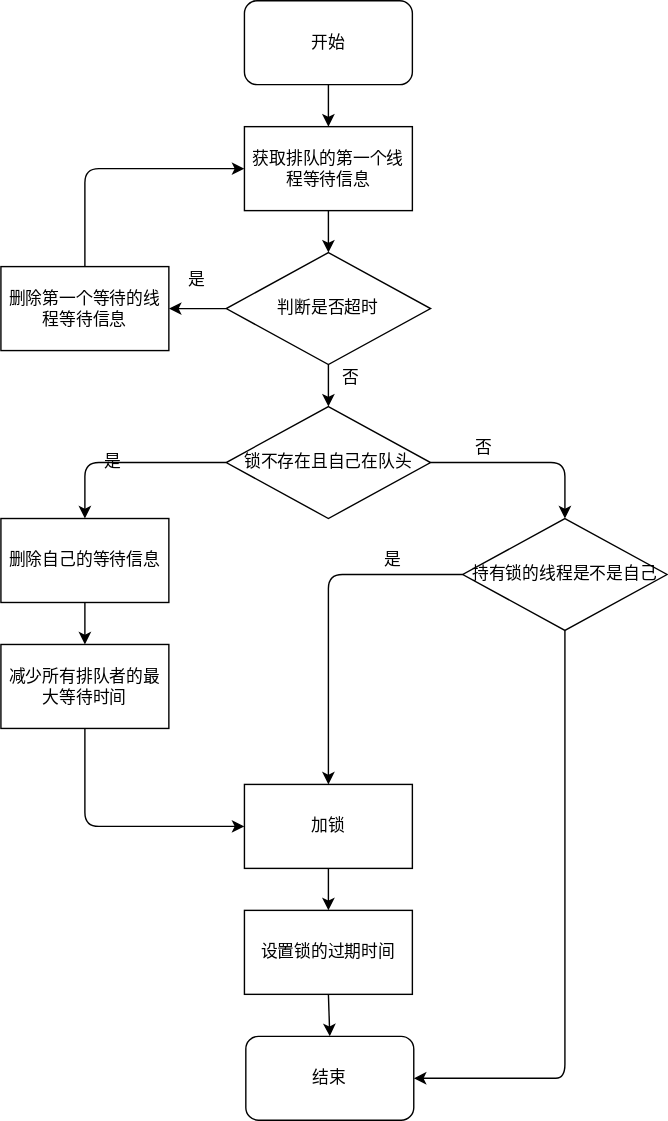
This is redisson/src/main/resources/md/fair-lock/FairLock.dio.svg from VegetableBCoder/redisson-learn, a draw.io export, as it was before one commit. Source tidied: cells renumbered, new cells last; positions are measured from the earlier drawing's top-left corner, leaving out a move shared by most shapes.
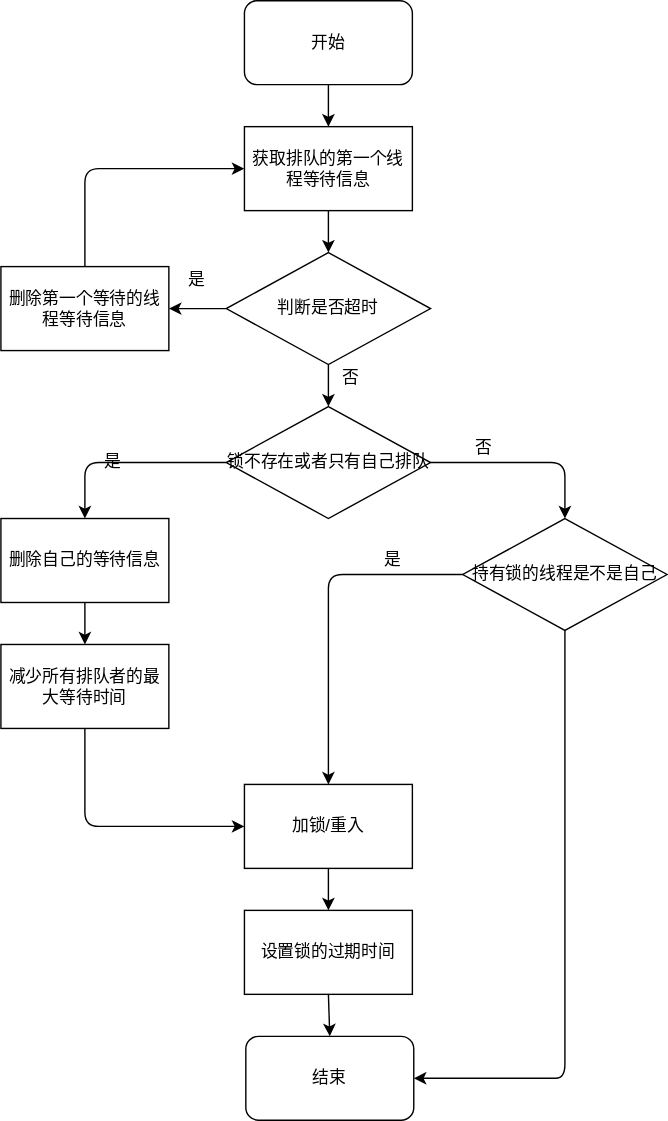
After the change.

The edit, as a diff of the source:
```diff
@@ -50,7 +50,7 @@
         </Array>
       </mxGeometry>
     </mxCell>
-    <mxCell id="13" value="锁不存在且自己在队头" style="rhombus;whiteSpace=wrap;html=1;" parent="1" vertex="1">
+    <mxCell id="13" value="锁不存在或者只有自己排队" style="rhombus;whiteSpace=wrap;html=1;" parent="1" vertex="1">
       <mxGeometry x="161" y="290" width="146" height="80" as="geometry" />
     </mxCell>
     <mxCell id="14" style="edgeStyle=none;html=1;exitX=0;exitY=0.5;exitDx=0;exitDy=0;entryX=0.5;entryY=0;entryDx=0;entryDy=0;" parent="1" edge="1" source="16" target="26">
@@ -102,7 +102,7 @@
     <mxCell id="25" style="edgeStyle=none;html=1;exitX=0.5;exitY=1;exitDx=0;exitDy=0;entryX=0.5;entryY=0;entryDx=0;entryDy=0;" parent="1" edge="1" source="26" target="28">
       <mxGeometry relative="1" as="geometry" />
     </mxCell>
-    <mxCell id="26" value="&lt;font face=&quot;helvetica&quot;&gt;加锁&lt;/font&gt;" style="rounded=0;whiteSpace=wrap;html=1;" parent="1" vertex="1">
+    <mxCell id="26" value="&lt;font face=&quot;helvetica&quot;&gt;加锁/重入&lt;/font&gt;" style="rounded=0;whiteSpace=wrap;html=1;" parent="1" vertex="1">
       <mxGeometry x="174" y="560" width="120" height="60" as="geometry" />
     </mxCell>
     <mxCell id="27" style="edgeStyle=none;html=1;exitX=0.5;exitY=1;exitDx=0;exitDy=0;entryX=0.5;entryY=0;entryDx=0;entryDy=0;" parent="1" edge="1" source="28" target="30">
```
